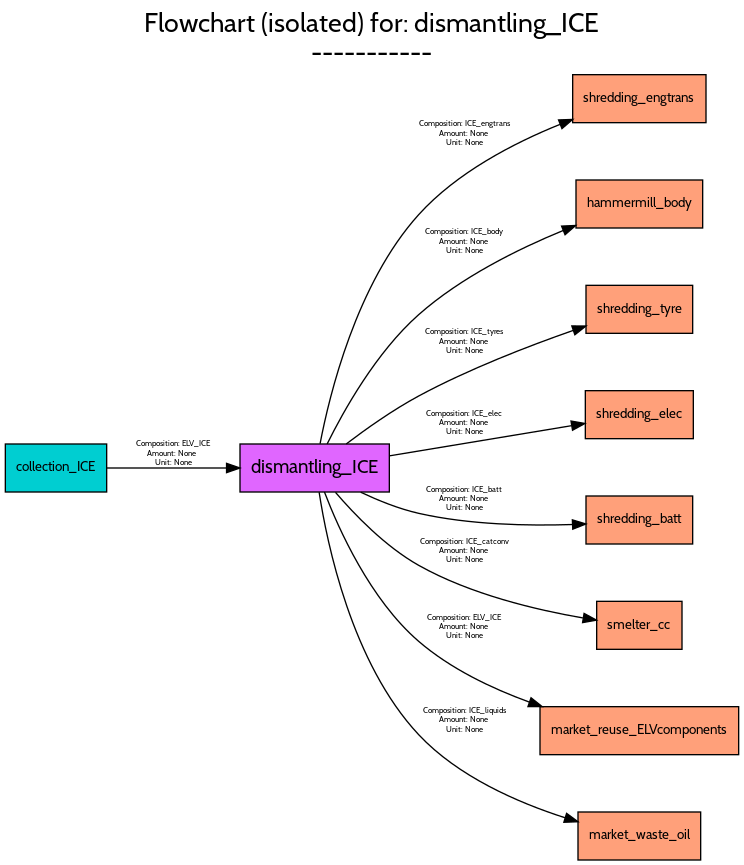
FutuRaM-Project/Recovery-Model keeps this Graphviz diagram as src/examples/ELV/figures/flowcharts/processes/png/dismantling_ICE.png. Above is the earlier version. Its source is kept beside it as src/examples/ELV/figures/flowcharts/processes/dot/dismantling_ICE.dot.
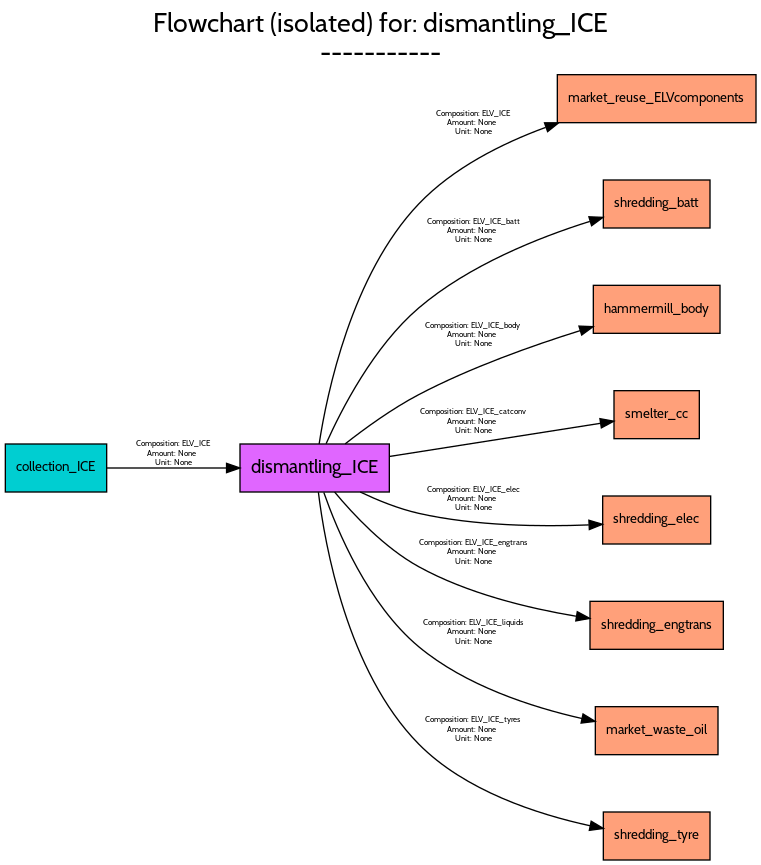
After the commit.

What changed in the source:
```diff
@@ -1,5 +1,5 @@
 digraph {
-	graph [bb="0,0,550,641",
+	graph [bb="0,0,563,641",
 		font=Cabin,
 		fontname=Cabin,
 		fontsize=20,
@@ -8,7 +8,7 @@
 		labeljust=c,
 		labelloc=tc,
 		lheight=0.61,
-		lp="275,615",
+		lp="281.5,615",
 		lwidth=4.75,
 		nodesep=0.6,
 		rankdir=LR,
@@ -23,107 +23,11 @@
 		shape=box,
 		style=filled,
 		width=1.5556];
-	shredding_engtrans	[fillcolor=lightsalmon1,
-		fontname=Cabin,
-		fontsize=10,
-		height=0.5,
-		pos="475.5,571",
-		shape=box,
-		style=filled,
-		width=1.3889];
-	dismantling_ICE -> shredding_engtrans	[color=black,
-		fontname=Cabin,
-		fontsize=6,
-		label="Composition: ICE_engtrans
-Amount: None
-Unit: None",
-		lp="344.5,544.5",
-		pos="e,425.5,555.44 236.05,312.17 243.05,348.79 263.36,432.37 310,484 338.51,515.56 381.19,537.66 415.93,551.69"];
-	hammermill_body	[fillcolor=lightsalmon1,
-		fontname=Cabin,
-		fontsize=10,
-		height=0.5,
-		pos="475.5,492",
-		shape=box,
-		style=filled,
-		width=1.3194];
-	dismantling_ICE -> hammermill_body	[color=black,
-		fontname=Cabin,
-		fontsize=6,
-		label="Composition: ICE_body
-Amount: None
-Unit: None",
-		lp="344.5,463.5",
-		pos="e,427.77,475.91 241.37,312.05 253.53,336.64 278.14,380.83 310,409 341.65,436.99 384.43,458.19 418.43,472.16"];
-	shredding_tyre	[fillcolor=lightsalmon1,
-		fontname=Cabin,
-		fontsize=10,
-		height=0.5,
-		pos="475.5,413",
-		shape=box,
-		style=filled,
-		width=1.1111];
-	dismantling_ICE -> shredding_tyre	[color=black,
-		fontname=Cabin,
-		fontsize=6,
-		label="Composition: ICE_tyres
-Amount: None
-Unit: None",
-		lp="344.5,388.5",
-		pos="e,435.46,400.49 255.67,312.04 270.54,323.32 290.74,337.63 310,348 347.4,368.14 392.42,385.5 425.9,397.19"];
-	shredding_elec	[fillcolor=lightsalmon1,
-		fontname=Cabin,
-		fontsize=10,
-		height=0.5,
-		pos="475.5,334",
-		shape=box,
-		style=filled,
-		width=1.125];
-	dismantling_ICE -> shredding_elec	[color=black,
-		fontname=Cabin,
-		fontsize=6,
-		label="Composition: ICE_elec
-Amount: None
-Unit: None",
-		lp="344.5,327.5",
-		pos="e,434.69,327.41 288.1,303.13 329.21,309.94 384.9,319.16 424.68,325.75"];
-	shredding_batt	[fillcolor=lightsalmon1,
-		fontname=Cabin,
-		fontsize=10,
-		height=0.5,
-		pos="475.5,255",
-		shape=box,
-		style=filled,
-		width=1.1111];
-	dismantling_ICE -> shredding_batt	[color=black,
-		fontname=Cabin,
-		fontsize=6,
-		label="Composition: ICE_batt
-Amount: None
-Unit: None",
-		lp="344.5,270.5",
-		pos="e,435.41,252.02 266.53,275.83 279.69,269.6 295.18,263.36 310,260 347.97,251.39 392.12,250.53 425.12,251.6"];
-	smelter_cc	[fillcolor=lightsalmon1,
-		fontname=Cabin,
-		fontsize=10,
-		height=0.5,
-		pos="475.5,176",
-		shape=box,
-		style=filled,
-		width=0.88889];
-	dismantling_ICE -> smelter_cc	[color=black,
-		fontname=Cabin,
-		fontsize=6,
-		label="Composition: ICE_catconv
-Amount: None
-Unit: None",
-		lp="344.5,231.5",
-		pos="e,443.37,179.88 247.61,275.74 261.85,259.12 284.96,235.1 310,221 348.69,199.21 398.51,187.51 433.14,181.55"];
 	market_reuse_ELVcomponents	[fillcolor=lightsalmon1,
 		fontname=Cabin,
 		fontsize=10,
 		height=0.5,
-		pos="475.5,97",
+		pos="488.5,571",
 		shape=box,
 		style=filled,
 		width=2.0694];
@@ -133,24 +37,120 @@
 		label="Composition: ELV_ICE
 Amount: None
 Unit: None",
-		lp="344.5,174.5",
-		pos="e,402.56,115.06 239.34,275.96 249.92,248.3 273.64,195.34 310,164 333.71,143.56 364.49,128.79 393,118.42"];
+		lp="351,552.5",
+		pos="e,414.97,552.91 235.35,312.03 241.2,350.06 259.74,439.27 310,492 335.63,518.89 372.06,537.26 405.25,549.47"];
+	shredding_batt	[fillcolor=lightsalmon1,
+		fontname=Cabin,
+		fontsize=10,
+		height=0.5,
+		pos="488.5,492",
+		shape=box,
+		style=filled,
+		width=1.1111];
+	dismantling_ICE -> shredding_batt	[color=black,
+		fontname=Cabin,
+		fontsize=6,
+		label="Composition: ELV_ICE_batt
+Amount: None
+Unit: None",
+		lp="351,471.5",
+		pos="e,448.25,481.97 240.57,312.23 252.09,338.01 276.32,385.21 310,414 347.47,446.02 400.14,466.93 438.37,478.96"];
+	hammermill_body	[fillcolor=lightsalmon1,
+		fontname=Cabin,
+		fontsize=10,
+		height=0.5,
+		pos="488.5,413",
+		shape=box,
+		style=filled,
+		width=1.3194];
+	dismantling_ICE -> hammermill_body	[color=black,
+		fontname=Cabin,
+		fontsize=6,
+		label="Composition: ELV_ICE_body
+Amount: None
+Unit: None",
+		lp="351,393.5",
+		pos="e,440.81,400.01 254.85,312.08 269.72,323.75 290.22,338.62 310,349 348.71,369.31 395.3,385.84 431.03,397.01"];
+	smelter_cc	[fillcolor=lightsalmon1,
+		fontname=Cabin,
+		fontsize=10,
+		height=0.5,
+		pos="488.5,334",
+		shape=box,
+		style=filled,
+		width=0.88889];
+	dismantling_ICE -> smelter_cc	[color=black,
+		fontname=Cabin,
+		fontsize=6,
+		label="Composition: ELV_ICE_catconv
+Amount: None
+Unit: None",
+		lp="351,328.5",
+		pos="e,456.36,329.11 288.22,302.68 335.76,310.15 403.3,320.77 446.26,327.52"];
+	shredding_elec	[fillcolor=lightsalmon1,
+		fontname=Cabin,
+		fontsize=10,
+		height=0.5,
+		pos="488.5,255",
+		shape=box,
+		style=filled,
+		width=1.125];
+	dismantling_ICE -> shredding_elec	[color=black,
+		fontname=Cabin,
+		fontsize=6,
+		label="Composition: ELV_ICE_elec
+Amount: None
+Unit: None",
+		lp="351,270.5",
+		pos="e,447.83,251.79 266.14,275.99 279.39,269.71 295.03,263.38 310,260 352.29,250.46 401.67,249.89 437.6,251.32"];
+	shredding_engtrans	[fillcolor=lightsalmon1,
+		fontname=Cabin,
+		fontsize=10,
+		height=0.5,
+		pos="488.5,176",
+		shape=box,
+		style=filled,
+		width=1.3889];
+	dismantling_ICE -> shredding_engtrans	[color=black,
+		fontname=Cabin,
+		fontsize=6,
+		label="Composition: ELV_ICE_engtrans
+Amount: None
+Unit: None",
+		lp="351,230.5",
+		pos="e,438.29,181.21 246.94,275.99 261.03,259.02 284.35,234.15 310,220 346.43,199.9 392.08,188.84 427.97,182.85"];
 	market_waste_oil	[fillcolor=lightsalmon1,
 		fontname=Cabin,
 		fontsize=10,
 		height=0.5,
-		pos="475.5,18",
+		pos="488.5,97",
 		shape=box,
 		style=filled,
 		width=1.2778];
 	dismantling_ICE -> market_waste_oil	[color=black,
 		fontname=Cabin,
 		fontsize=6,
-		label="Composition: ICE_liquids
+		label="Composition: ELV_ICE_liquids
 Amount: None
 Unit: None",
-		lp="344.5,104.5",
-		pos="e,429.47,28.694 235.35,275.84 241.21,237.55 259.76,147.63 310,94 339.39,62.625 384.28,43.091 419.74,31.696"];
+		lp="351,170.5",
+		pos="e,442.32,103.98 238.85,275.67 248.9,247.01 272.09,191.62 310,160 345.04,130.78 394.61,114.69 432.47,106.11"];
+	shredding_tyre	[fillcolor=lightsalmon1,
+		fontname=Cabin,
+		fontsize=10,
+		height=0.5,
+		pos="488.5,18",
+		shape=box,
+		style=filled,
+		width=1.1111];
+	dismantling_ICE -> shredding_tyre	[color=black,
+		fontname=Cabin,
+		fontsize=6,
+		label="Composition: ELV_ICE_tyres
+Amount: None
+Unit: None",
+		lp="351,97.5",
+		pos="e,448.49,23.646 234.79,275.87 239.62,236.28 256.44,141.35 310,87 344.58,51.905 399.06,34.288 438.54,25.692"];
 	collection_ICE	[fillcolor=darkturquoise,
 		fontname=Cabin,
 		fontsize=10,
```
